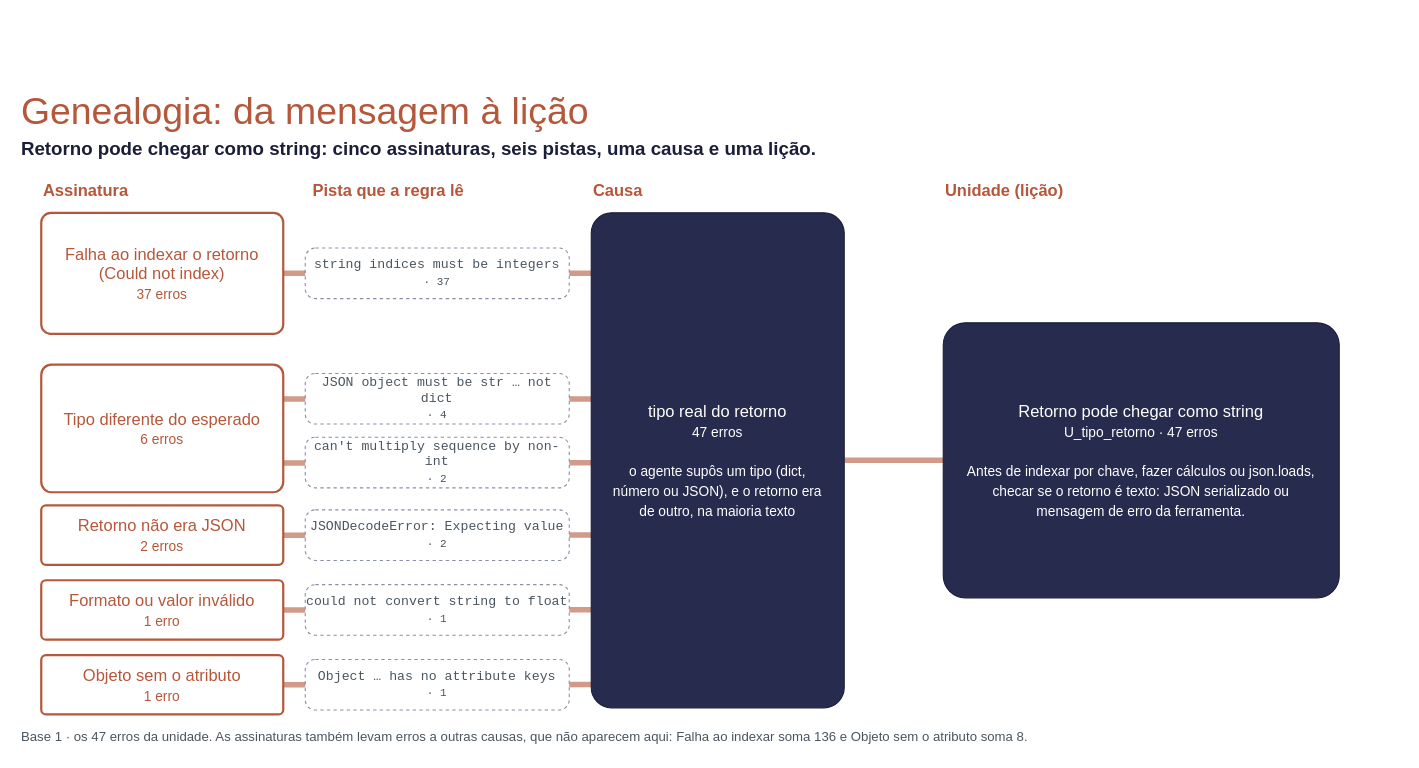
Earlier version of the draw.io diagram docs/sources/draw.io/genealogia_retorno_string.drawio (rc-ventura/memory_layer_ai_agents). Source tidied: cells renumbered, new cells numbered last; positions are measured from the earlier drawing's top-left corner, leaving out a move shared by most shapes. Both pictures are drawn from the tidied source at 110%, with x=0, y=0 at pixel (19, 82).
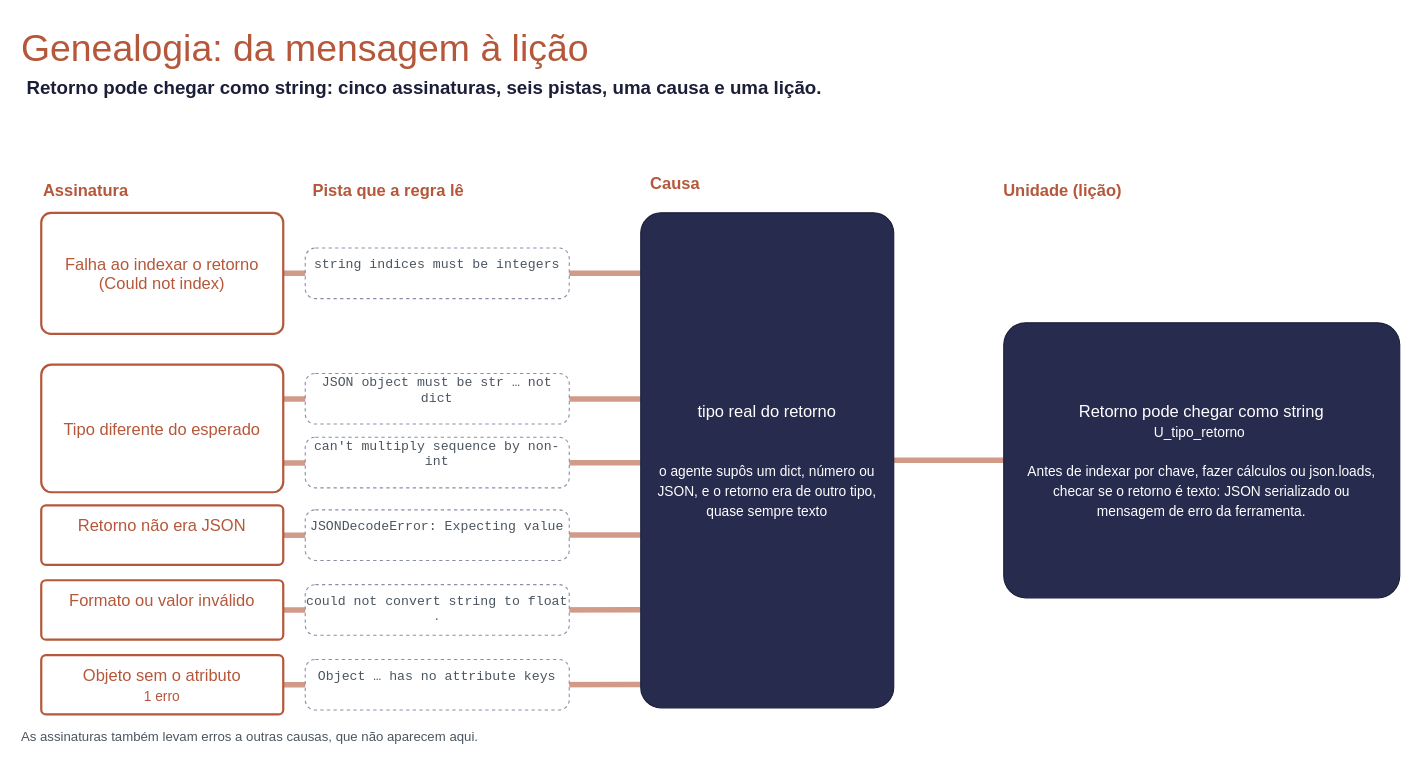
The same page after the edit.

Diff of the diagram source:
```diff
@@
     <mxCell id="9" value="Genealogia: da mensagem à lição" style="text;html=1;verticalAlign=middle;fontColor=#B5573A;align=left;fontSize=34;" parent="1" vertex="1">
-      <mxGeometry width="1200" height="52" as="geometry" />
+      <mxGeometry y="-58" width="1200" height="52" as="geometry" />
     </mxCell>
     <mxCell id="10" value="&lt;b&gt;Retorno pode chegar como string: cinco assinaturas, seis pistas, uma causa e uma lição.&lt;/b&gt;" style="text;html=1;verticalAlign=middle;align=left;fontSize=17;fontColor=#1B1E38;" parent="1" vertex="1">
-      <mxGeometry y="48" width="1200" height="26" as="geometry" />
+      <mxGeometry x="5" y="-8" width="1200" height="26" as="geometry" />
     </mxCell>
@@
     <mxCell id="13" value="Causa" style="text;html=1;verticalAlign=middle;fontColor=#B5573A;align=left;fontSize=15;fontStyle=1;" parent="1" vertex="1">
-      <mxGeometry x="520" y="84" width="300" height="26" as="geometry" />
+      <mxGeometry x="572" y="78" width="300" height="26" as="geometry" />
     </mxCell>
     <mxCell id="14" value="Unidade (lição)" style="text;html=1;verticalAlign=middle;fontColor=#B5573A;align=left;fontSize=15;fontStyle=1;" parent="1" vertex="1">
-      <mxGeometry x="840" y="84" width="300" height="26" as="geometry" />
+      <mxGeometry x="893" y="84" width="300" height="26" as="geometry" />
     </mxCell>
-    <mxCell id="15" value="tipo real do retorno&lt;br&gt;&lt;small&gt;47 erros&lt;/small&gt;&lt;br&gt;&lt;br&gt;&lt;small&gt;o agente supôs um tipo (dict, número ou JSON), e o retorno era de outro, na maioria texto&lt;/small&gt;" style="rounded=1;arcSize=8;whiteSpace=wrap;html=1;spacing=14;fillColor=#272B4D;strokeColor=#1B1E38;fontColor=#FFFFFF;fontSize=15;" parent="1" vertex="1">
-      <mxGeometry x="520" y="118" width="230" height="450" as="geometry" />
+    <mxCell id="15" value="tipo real do retorno&lt;br&gt;&lt;br&gt;&lt;br&gt;&lt;small&gt;o agente supôs um dict, número ou JSON, e o retorno era de outro tipo, quase sempre texto&lt;/small&gt;" style="rounded=1;arcSize=8;whiteSpace=wrap;html=1;spacing=14;fillColor=#272B4D;strokeColor=#1B1E38;fontColor=#FFFFFF;fontSize=15;" parent="1" vertex="1">
+      <mxGeometry x="565" y="118" width="230" height="450" as="geometry" />
     </mxCell>
-    <mxCell id="16" value="Retorno pode chegar como string&lt;br&gt;&lt;small&gt;U_tipo_retorno · 47 erros&lt;/small&gt;&lt;br&gt;&lt;br&gt;&lt;small&gt;Antes de indexar por chave, fazer cálculos ou json.loads, checar se o retorno é texto: JSON serializado ou mensagem de erro da ferramenta.&lt;/small&gt;" style="rounded=1;arcSize=8;whiteSpace=wrap;html=1;spacing=14;fillColor=#272B4D;strokeColor=#1B1E38;fontColor=#FFFFFF;fontSize=15;" parent="1" vertex="1">
-      <mxGeometry x="840" y="218" width="360" height="250" as="geometry" />
+    <mxCell id="16" value="Retorno pode chegar como string&lt;br&gt;&lt;small&gt;U_tipo_retorno&amp;nbsp;&lt;/small&gt;&lt;br&gt;&lt;br&gt;&lt;small&gt;Antes de indexar por chave, fazer cálculos ou json.loads, checar se o retorno é texto: JSON serializado ou mensagem de erro da ferramenta.&lt;/small&gt;" style="rounded=1;arcSize=8;whiteSpace=wrap;html=1;spacing=14;fillColor=#272B4D;strokeColor=#1B1E38;fontColor=#FFFFFF;fontSize=15;" parent="1" vertex="1">
+      <mxGeometry x="895" y="218" width="360" height="250" as="geometry" />
     </mxCell>
-    <mxCell id="17" value="Falha ao indexar o retorno&lt;br&gt;(Could not index)&lt;br&gt;&lt;small&gt;37 erros&lt;/small&gt;" style="rounded=1;arcSize=8;whiteSpace=wrap;html=1;fillColor=#FFFFFF;strokeColor=#B5573A;strokeWidth=2;fontColor=#B5573A;fontSize=15;" parent="1" vertex="1">
+    <mxCell id="17" value="Falha ao indexar o retorno&lt;br&gt;(Could not index)" style="rounded=1;arcSize=8;whiteSpace=wrap;html=1;fillColor=#FFFFFF;strokeColor=#B5573A;strokeWidth=2;fontColor=#B5573A;fontSize=15;" parent="1" vertex="1">
       <mxGeometry x="20" y="118" width="220" height="110" as="geometry" />
     </mxCell>
-    <mxCell id="18" value="string indices must be integers&lt;br&gt;&lt;small&gt;· 37&lt;/small&gt;" style="rounded=1;arcSize=20;whiteSpace=wrap;html=1;fillColor=#FFFFFF;strokeColor=#8A8FA8;strokeWidth=1;dashed=1;fontFamily=Courier New;fontSize=12;fontColor=#4A5560;" parent="1" vertex="1">
+    <mxCell id="18" value="string indices must be integers&lt;div&gt;&lt;br/&gt;&lt;/div&gt;" style="rounded=1;arcSize=20;whiteSpace=wrap;html=1;fillColor=#FFFFFF;strokeColor=#8A8FA8;strokeWidth=1;dashed=1;fontFamily=Courier New;fontSize=12;fontColor=#4A5560;" parent="1" vertex="1">
       <mxGeometry x="260" y="150" width="240" height="46" as="geometry" />
     </mxCell>
-    <mxCell id="19" value="Tipo diferente do esperado&lt;br&gt;&lt;small&gt;6 erros&lt;/small&gt;" style="rounded=1;arcSize=8;whiteSpace=wrap;html=1;fillColor=#FFFFFF;strokeColor=#B5573A;strokeWidth=2;fontColor=#B5573A;fontSize=15;" parent="1" vertex="1">
+    <mxCell id="19" value="Tipo diferente do esperado" style="rounded=1;arcSize=8;whiteSpace=wrap;html=1;fillColor=#FFFFFF;strokeColor=#B5573A;strokeWidth=2;fontColor=#B5573A;fontSize=15;" parent="1" vertex="1">
       <mxGeometry x="20" y="256" width="220" height="116" as="geometry" />
     </mxCell>
-    <mxCell id="20" value="JSON object must be str … not dict&lt;br&gt;&lt;small&gt;· 4&lt;/small&gt;" style="rounded=1;arcSize=20;whiteSpace=wrap;html=1;fillColor=#FFFFFF;strokeColor=#8A8FA8;strokeWidth=1;dashed=1;fontFamily=Courier New;fontSize=12;fontColor=#4A5560;" parent="1" vertex="1">
+    <mxCell id="20" value="JSON object must be str … not dict&lt;div&gt;&lt;br/&gt;&lt;/div&gt;" style="rounded=1;arcSize=20;whiteSpace=wrap;html=1;fillColor=#FFFFFF;strokeColor=#8A8FA8;strokeWidth=1;dashed=1;fontFamily=Courier New;fontSize=12;fontColor=#4A5560;" parent="1" vertex="1">
       <mxGeometry x="260" y="264" width="240" height="46" as="geometry" />
     </mxCell>
-    <mxCell id="21" value="can't multiply sequence by non-int&lt;br&gt;&lt;small&gt;· 2&lt;/small&gt;" style="rounded=1;arcSize=20;whiteSpace=wrap;html=1;fillColor=#FFFFFF;strokeColor=#8A8FA8;strokeWidth=1;dashed=1;fontFamily=Courier New;fontSize=12;fontColor=#4A5560;" parent="1" vertex="1">
+    <mxCell id="21" value="can't multiply sequence by non-int&lt;div&gt;&lt;br/&gt;&lt;/div&gt;" style="rounded=1;arcSize=20;whiteSpace=wrap;html=1;fillColor=#FFFFFF;strokeColor=#8A8FA8;strokeWidth=1;dashed=1;fontFamily=Courier New;fontSize=12;fontColor=#4A5560;" parent="1" vertex="1">
       <mxGeometry x="260" y="322" width="240" height="46" as="geometry" />
     </mxCell>
-    <mxCell id="22" value="Retorno não era JSON&lt;br&gt;&lt;small&gt;2 erros&lt;/small&gt;" style="rounded=1;arcSize=8;whiteSpace=wrap;html=1;fillColor=#FFFFFF;strokeColor=#B5573A;strokeWidth=2;fontColor=#B5573A;fontSize=15;" parent="1" vertex="1">
+    <mxCell id="22" value="Retorno não era JSON&lt;div&gt;&lt;br/&gt;&lt;/div&gt;" style="rounded=1;arcSize=8;whiteSpace=wrap;html=1;fillColor=#FFFFFF;strokeColor=#B5573A;strokeWidth=2;fontColor=#B5573A;fontSize=15;" parent="1" vertex="1">
       <mxGeometry x="20" y="384" width="220" height="54" as="geometry" />
     </mxCell>
-    <mxCell id="23" value="JSONDecodeError: Expecting value&lt;br&gt;&lt;small&gt;· 2&lt;/small&gt;" style="rounded=1;arcSize=20;whiteSpace=wrap;html=1;fillColor=#FFFFFF;strokeColor=#8A8FA8;strokeWidth=1;dashed=1;fontFamily=Courier New;fontSize=12;fontColor=#4A5560;" parent="1" vertex="1">
+    <mxCell id="23" value="JSONDecodeError: Expecting value&lt;div&gt;&lt;br/&gt;&lt;/div&gt;" style="rounded=1;arcSize=20;whiteSpace=wrap;html=1;fillColor=#FFFFFF;strokeColor=#8A8FA8;strokeWidth=1;dashed=1;fontFamily=Courier New;fontSize=12;fontColor=#4A5560;" parent="1" vertex="1">
       <mxGeometry x="260" y="388" width="240" height="46" as="geometry" />
     </mxCell>
-    <mxCell id="24" value="Formato ou valor inválido&lt;br&gt;&lt;small&gt;1 erro&lt;/small&gt;" style="rounded=1;arcSize=8;whiteSpace=wrap;html=1;fillColor=#FFFFFF;strokeColor=#B5573A;strokeWidth=2;fontColor=#B5573A;fontSize=15;" parent="1" vertex="1">
+    <mxCell id="24" value="Formato ou valor inválido&lt;div&gt;&lt;br/&gt;&lt;/div&gt;" style="rounded=1;arcSize=8;whiteSpace=wrap;html=1;fillColor=#FFFFFF;strokeColor=#B5573A;strokeWidth=2;fontColor=#B5573A;fontSize=15;" parent="1" vertex="1">
       <mxGeometry x="20" y="452" width="220" height="54" as="geometry" />
     </mxCell>
-    <mxCell id="25" value="could not convert string to float&lt;br&gt;&lt;small&gt;· 1&lt;/small&gt;" style="rounded=1;arcSize=20;whiteSpace=wrap;html=1;fillColor=#FFFFFF;strokeColor=#8A8FA8;strokeWidth=1;dashed=1;fontFamily=Courier New;fontSize=12;fontColor=#4A5560;" parent="1" vertex="1">
+    <mxCell id="25" value="could not convert string to float&lt;br&gt;&lt;small&gt;·&lt;/small&gt;" style="rounded=1;arcSize=20;whiteSpace=wrap;html=1;fillColor=#FFFFFF;strokeColor=#8A8FA8;strokeWidth=1;dashed=1;fontFamily=Courier New;fontSize=12;fontColor=#4A5560;" parent="1" vertex="1">
       <mxGeometry x="260" y="456" width="240" height="46" as="geometry" />
     </mxCell>
@@
-    <mxCell id="27" value="Object … has no attribute keys&lt;br&gt;&lt;small&gt;· 1&lt;/small&gt;" style="rounded=1;arcSize=20;whiteSpace=wrap;html=1;fillColor=#FFFFFF;strokeColor=#8A8FA8;strokeWidth=1;dashed=1;fontFamily=Courier New;fontSize=12;fontColor=#4A5560;" parent="1" vertex="1">
+    <mxCell id="27" value="Object … has no attribute keys&lt;div&gt;&lt;br/&gt;&lt;/div&gt;" style="rounded=1;arcSize=20;whiteSpace=wrap;html=1;fillColor=#FFFFFF;strokeColor=#8A8FA8;strokeWidth=1;dashed=1;fontFamily=Courier New;fontSize=12;fontColor=#4A5560;" parent="1" vertex="1">
       <mxGeometry x="260" y="524" width="240" height="46" as="geometry" />
     </mxCell>
-    <mxCell id="28" value="Base 1 · os 47 erros da unidade. As assinaturas também levam erros a outras causas, que não aparecem aqui: Falha ao indexar soma 136 e Objeto sem o atributo soma 8." style="text;html=1;verticalAlign=middle;align=left;fontSize=12;fontColor=#4A5560;" parent="1" vertex="1">
+    <mxCell id="28" value="As assinaturas também levam erros a outras causas, que não aparecem aqui." style="text;html=1;verticalAlign=middle;align=left;fontSize=12;fontColor=#4A5560;" parent="1" vertex="1">
       <mxGeometry y="584" width="1200" height="22" as="geometry" />
     </mxCell>
```
